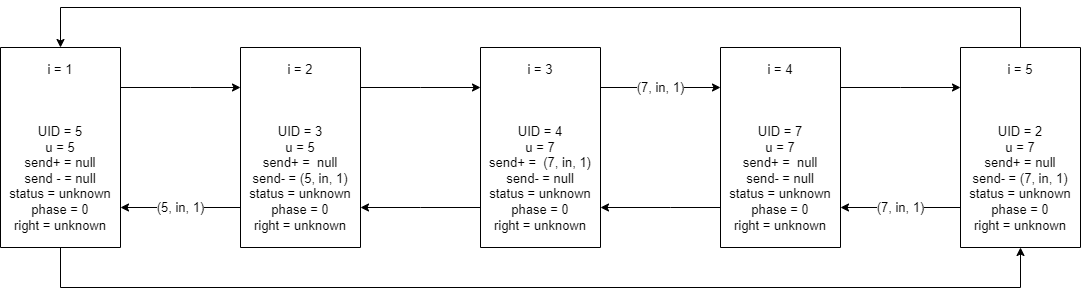
This is tods/03-tods.drawio.png from h1tlan/tods_first_exercise, a draw.io export, as it was before one commit. Source tidied: cells renumbered, new cells last; positions are measured from the earlier drawing's top-left corner, leaving out a move shared by most shapes. Its diagram source:
```xml
<mxGraphModel>
  <root>
    <mxCell id="0" />
    <mxCell id="1" parent="0" />
    <mxCell id="2" style="edgeStyle=orthogonalEdgeStyle;rounded=0;jettySize=auto;html=1;labelBorderColor=none;fontSize=13;" parent="1" edge="1" source="4" target="7">
      <mxGeometry relative="1" as="geometry">
        <Array as="points">
          <mxPoint x="190" y="80" />
          <mxPoint x="190" y="80" />
        </Array>
      </mxGeometry>
    </mxCell>
    <mxCell id="3" style="edgeStyle=orthogonalEdgeStyle;rounded=0;jettySize=auto;html=1;labelBorderColor=none;fontSize=13;" parent="1" edge="1" source="4" target="16">
      <mxGeometry relative="1" as="geometry">
        <Array as="points">
          <mxPoint x="60" y="280" />
          <mxPoint x="1020" y="280" />
        </Array>
      </mxGeometry>
    </mxCell>
    <mxCell id="4" value="i = 1&lt;br&gt;&lt;br&gt;&lt;br&gt;&lt;br&gt;UID = 5&lt;br&gt;u = 5&lt;br&gt;send+ = null&lt;br&gt;send - = null&lt;br&gt;status = unknown&lt;br&gt;phase = 0&lt;br&gt;right = unknown" style="rounded=0;whiteSpace=wrap;html=1;fontSize=13;direction=south;" parent="1" vertex="1">
      <mxGeometry y="40" width="120" height="200" as="geometry" />
    </mxCell>
    <mxCell id="5" value="(5, in, 1)" style="edgeStyle=orthogonalEdgeStyle;rounded=0;jettySize=auto;html=1;labelBorderColor=none;fontSize=13;" parent="1" edge="1" source="7" target="4">
      <mxGeometry relative="1" as="geometry">
        <Array as="points">
          <mxPoint x="190" y="200" />
          <mxPoint x="190" y="200" />
        </Array>
      </mxGeometry>
    </mxCell>
    <mxCell id="6" style="edgeStyle=orthogonalEdgeStyle;rounded=0;jettySize=auto;html=1;labelBorderColor=none;fontSize=13;" parent="1" edge="1" source="7" target="10">
      <mxGeometry relative="1" as="geometry">
        <Array as="points">
          <mxPoint x="420" y="80" />
          <mxPoint x="420" y="80" />
        </Array>
      </mxGeometry>
    </mxCell>
    <mxCell id="7" value="i = 2&lt;br&gt;&lt;br&gt;&lt;br&gt;&lt;br&gt;UID = 3&lt;br&gt;u = 5&lt;br&gt;send+ =&amp;nbsp; null&lt;br&gt;send- = (5, in, 1)&lt;br&gt;status = unknown&lt;br&gt;phase = 0&lt;br&gt;right = unknown" style="rounded=0;whiteSpace=wrap;html=1;fontSize=13;direction=south;" parent="1" vertex="1">
      <mxGeometry x="240" y="40" width="120" height="200" as="geometry" />
    </mxCell>
    <mxCell id="8" style="edgeStyle=orthogonalEdgeStyle;rounded=0;jettySize=auto;html=1;labelBorderColor=none;fontSize=13;" parent="1" edge="1" source="10" target="7">
      <mxGeometry relative="1" as="geometry">
        <Array as="points">
          <mxPoint x="420" y="200" />
          <mxPoint x="420" y="200" />
        </Array>
      </mxGeometry>
    </mxCell>
    <mxCell id="9" value="(7, in, 1)" style="edgeStyle=orthogonalEdgeStyle;rounded=0;jettySize=auto;html=1;labelBorderColor=none;fontSize=13;" parent="1" edge="1" source="10" target="13">
      <mxGeometry relative="1" as="geometry">
        <Array as="points">
          <mxPoint x="670" y="80" />
          <mxPoint x="670" y="80" />
        </Array>
      </mxGeometry>
    </mxCell>
    <mxCell id="10" value="i = 3&lt;br&gt;&lt;br&gt;&lt;br&gt;&lt;br&gt;UID = 4&lt;br&gt;u = 7&lt;br&gt;send+ =&amp;nbsp; (7, in, 1)&lt;br&gt;send- = null&lt;br&gt;status = unknown&lt;br&gt;phase = 0&lt;br&gt;right = unknown" style="rounded=0;whiteSpace=wrap;html=1;fontSize=13;direction=south;" parent="1" vertex="1">
      <mxGeometry x="480" y="40" width="120" height="200" as="geometry" />
    </mxCell>
    <mxCell id="11" style="edgeStyle=orthogonalEdgeStyle;rounded=0;jettySize=auto;html=1;labelBorderColor=none;fontSize=13;" parent="1" edge="1" source="13" target="10">
      <mxGeometry relative="1" as="geometry">
        <Array as="points">
          <mxPoint x="670" y="200" />
          <mxPoint x="670" y="200" />
        </Array>
      </mxGeometry>
    </mxCell>
    <mxCell id="12" style="edgeStyle=orthogonalEdgeStyle;rounded=0;jettySize=auto;html=1;labelBorderColor=none;fontSize=13;" parent="1" edge="1" source="13" target="16">
      <mxGeometry relative="1" as="geometry">
        <Array as="points">
          <mxPoint x="900" y="80" />
          <mxPoint x="900" y="80" />
        </Array>
      </mxGeometry>
    </mxCell>
    <mxCell id="13" value="i = 4&lt;br&gt;&lt;br&gt;&lt;br&gt;&lt;br&gt;UID = 7&lt;br&gt;u = 7&lt;br&gt;send+ =&amp;nbsp; null&lt;br&gt;send- = null&lt;br&gt;status = unknown&lt;br&gt;phase = 0&lt;br&gt;right = unknown" style="rounded=0;whiteSpace=wrap;html=1;fontSize=13;direction=south;" parent="1" vertex="1">
      <mxGeometry x="720" y="40" width="120" height="200" as="geometry" />
    </mxCell>
    <mxCell id="14" value="(7, in, 1)" style="edgeStyle=orthogonalEdgeStyle;rounded=0;jettySize=auto;html=1;labelBorderColor=none;fontSize=13;" parent="1" edge="1" source="16" target="13">
      <mxGeometry relative="1" as="geometry">
        <Array as="points">
          <mxPoint x="910" y="200" />
          <mxPoint x="910" y="200" />
        </Array>
      </mxGeometry>
    </mxCell>
    <mxCell id="15" style="edgeStyle=orthogonalEdgeStyle;rounded=0;jettySize=auto;html=1;labelBorderColor=none;fontSize=13;" parent="1" edge="1" source="16" target="4">
      <mxGeometry relative="1" as="geometry">
        <Array as="points">
          <mxPoint x="1020" />
          <mxPoint x="60" />
        </Array>
      </mxGeometry>
    </mxCell>
    <mxCell id="16" value="i = 5&lt;br&gt;&lt;br&gt;&lt;br&gt;&lt;br&gt;UID = 2&lt;br&gt;u = 7&lt;br&gt;send+ = null&lt;br&gt;send- = (7, in, 1)&lt;br&gt;status = unknown&lt;br&gt;phase = 0&lt;br&gt;right = unknown" style="rounded=0;whiteSpace=wrap;html=1;fontSize=13;direction=south;" parent="1" vertex="1">
      <mxGeometry x="960" y="40" width="120" height="200" as="geometry" />
    </mxCell>
  </root>
</mxGraphModel>
```
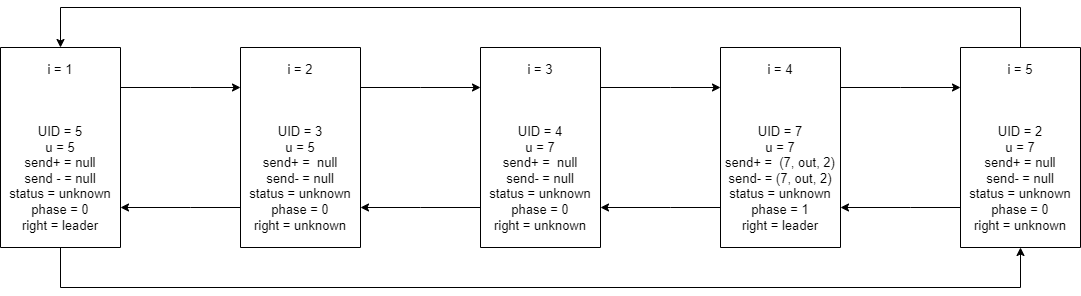
Above is the later version.

Diff of the diagram source:
```diff
@@ -18,10 +18,10 @@
         </Array>
       </mxGeometry>
     </mxCell>
-    <mxCell id="4" value="i = 1&lt;br&gt;&lt;br&gt;&lt;br&gt;&lt;br&gt;UID = 5&lt;br&gt;u = 5&lt;br&gt;send+ = null&lt;br&gt;send - = null&lt;br&gt;status = unknown&lt;br&gt;phase = 0&lt;br&gt;right = unknown" style="rounded=0;whiteSpace=wrap;html=1;fontSize=13;direction=south;" parent="1" vertex="1">
+    <mxCell id="4" value="i = 1&lt;br&gt;&lt;br&gt;&lt;br&gt;&lt;br&gt;UID = 5&lt;br&gt;u = 5&lt;br&gt;send+ = null&lt;br&gt;send - = null&lt;br&gt;status = unknown&lt;br&gt;phase = 0&lt;br&gt;right = leader" style="rounded=0;whiteSpace=wrap;html=1;fontSize=13;direction=south;" parent="1" vertex="1">
       <mxGeometry y="40" width="120" height="200" as="geometry" />
     </mxCell>
-    <mxCell id="5" value="(5, in, 1)" style="edgeStyle=orthogonalEdgeStyle;rounded=0;jettySize=auto;html=1;labelBorderColor=none;fontSize=13;" parent="1" edge="1" source="7" target="4">
+    <mxCell id="5" style="edgeStyle=orthogonalEdgeStyle;rounded=0;jettySize=auto;html=1;labelBorderColor=none;fontSize=13;" parent="1" edge="1" source="7" target="4">
       <mxGeometry relative="1" as="geometry">
         <Array as="points">
           <mxPoint x="190" y="200" />
@@ -37,7 +37,7 @@
         </Array>
       </mxGeometry>
     </mxCell>
-    <mxCell id="7" value="i = 2&lt;br&gt;&lt;br&gt;&lt;br&gt;&lt;br&gt;UID = 3&lt;br&gt;u = 5&lt;br&gt;send+ =&amp;nbsp; null&lt;br&gt;send- = (5, in, 1)&lt;br&gt;status = unknown&lt;br&gt;phase = 0&lt;br&gt;right = unknown" style="rounded=0;whiteSpace=wrap;html=1;fontSize=13;direction=south;" parent="1" vertex="1">
+    <mxCell id="7" value="i = 2&lt;br&gt;&lt;br&gt;&lt;br&gt;&lt;br&gt;UID = 3&lt;br&gt;u = 5&lt;br&gt;send+ =&amp;nbsp; null&lt;br&gt;send- = null&lt;br&gt;status = unknown&lt;br&gt;phase = 0&lt;br&gt;right = unknown" style="rounded=0;whiteSpace=wrap;html=1;fontSize=13;direction=south;" parent="1" vertex="1">
       <mxGeometry x="240" y="40" width="120" height="200" as="geometry" />
     </mxCell>
     <mxCell id="8" style="edgeStyle=orthogonalEdgeStyle;rounded=0;jettySize=auto;html=1;labelBorderColor=none;fontSize=13;" parent="1" edge="1" source="10" target="7">
@@ -48,7 +48,7 @@
         </Array>
       </mxGeometry>
     </mxCell>
-    <mxCell id="9" value="(7, in, 1)" style="edgeStyle=orthogonalEdgeStyle;rounded=0;jettySize=auto;html=1;labelBorderColor=none;fontSize=13;" parent="1" edge="1" source="10" target="13">
+    <mxCell id="9" style="edgeStyle=orthogonalEdgeStyle;rounded=0;jettySize=auto;html=1;labelBorderColor=none;fontSize=13;" parent="1" edge="1" source="10" target="13">
       <mxGeometry relative="1" as="geometry">
         <Array as="points">
           <mxPoint x="670" y="80" />
@@ -56,7 +56,7 @@
         </Array>
       </mxGeometry>
     </mxCell>
-    <mxCell id="10" value="i = 3&lt;br&gt;&lt;br&gt;&lt;br&gt;&lt;br&gt;UID = 4&lt;br&gt;u = 7&lt;br&gt;send+ =&amp;nbsp; (7, in, 1)&lt;br&gt;send- = null&lt;br&gt;status = unknown&lt;br&gt;phase = 0&lt;br&gt;right = unknown" style="rounded=0;whiteSpace=wrap;html=1;fontSize=13;direction=south;" parent="1" vertex="1">
+    <mxCell id="10" value="i = 3&lt;br&gt;&lt;br&gt;&lt;br&gt;&lt;br&gt;UID = 4&lt;br&gt;u = 7&lt;br&gt;send+ =&amp;nbsp; null&lt;br&gt;send- = null&lt;br&gt;status = unknown&lt;br&gt;phase = 0&lt;br&gt;right = unknown" style="rounded=0;whiteSpace=wrap;html=1;fontSize=13;direction=south;" parent="1" vertex="1">
       <mxGeometry x="480" y="40" width="120" height="200" as="geometry" />
     </mxCell>
     <mxCell id="11" style="edgeStyle=orthogonalEdgeStyle;rounded=0;jettySize=auto;html=1;labelBorderColor=none;fontSize=13;" parent="1" edge="1" source="13" target="10">
@@ -75,10 +75,10 @@
         </Array>
       </mxGeometry>
     </mxCell>
-    <mxCell id="13" value="i = 4&lt;br&gt;&lt;br&gt;&lt;br&gt;&lt;br&gt;UID = 7&lt;br&gt;u = 7&lt;br&gt;send+ =&amp;nbsp; null&lt;br&gt;send- = null&lt;br&gt;status = unknown&lt;br&gt;phase = 0&lt;br&gt;right = unknown" style="rounded=0;whiteSpace=wrap;html=1;fontSize=13;direction=south;" parent="1" vertex="1">
+    <mxCell id="13" value="i = 4&lt;br&gt;&lt;br&gt;&lt;br&gt;&lt;br&gt;UID = 7&lt;br&gt;u = 7&lt;br&gt;send+ =&amp;nbsp; (7, out, 2)&lt;br&gt;send- = (7, out, 2)&lt;br&gt;status = unknown&lt;br&gt;phase = 1&lt;br&gt;right = leader" style="rounded=0;whiteSpace=wrap;html=1;fontSize=13;direction=south;" parent="1" vertex="1">
       <mxGeometry x="720" y="40" width="120" height="200" as="geometry" />
     </mxCell>
-    <mxCell id="14" value="(7, in, 1)" style="edgeStyle=orthogonalEdgeStyle;rounded=0;jettySize=auto;html=1;labelBorderColor=none;fontSize=13;" parent="1" edge="1" source="16" target="13">
+    <mxCell id="14" style="edgeStyle=orthogonalEdgeStyle;rounded=0;jettySize=auto;html=1;labelBorderColor=none;fontSize=13;" parent="1" edge="1" source="16" target="13">
       <mxGeometry relative="1" as="geometry">
         <Array as="points">
           <mxPoint x="910" y="200" />
@@ -94,7 +94,7 @@
         </Array>
       </mxGeometry>
     </mxCell>
-    <mxCell id="16" value="i = 5&lt;br&gt;&lt;br&gt;&lt;br&gt;&lt;br&gt;UID = 2&lt;br&gt;u = 7&lt;br&gt;send+ = null&lt;br&gt;send- = (7, in, 1)&lt;br&gt;status = unknown&lt;br&gt;phase = 0&lt;br&gt;right = unknown" style="rounded=0;whiteSpace=wrap;html=1;fontSize=13;direction=south;" parent="1" vertex="1">
+    <mxCell id="16" value="i = 5&lt;br&gt;&lt;br&gt;&lt;br&gt;&lt;br&gt;UID = 2&lt;br&gt;u = 7&lt;br&gt;send+ = null&lt;br&gt;send- = null&lt;br&gt;status = unknown&lt;br&gt;phase = 0&lt;br&gt;right = unknown" style="rounded=0;whiteSpace=wrap;html=1;fontSize=13;direction=south;" parent="1" vertex="1">
       <mxGeometry x="960" y="40" width="120" height="200" as="geometry" />
     </mxCell>
   </root>
```
